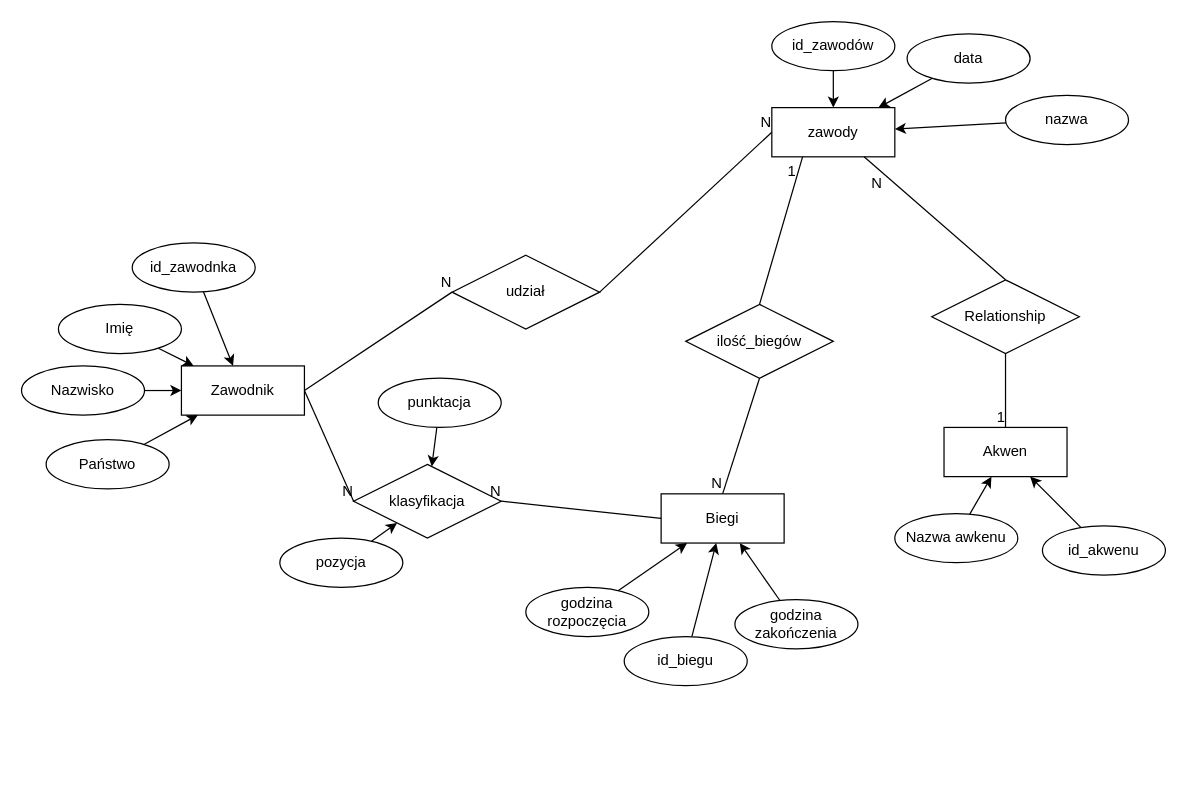
Before: FINN_PS.drawio in finalkiwii/databases-umbrellas, a draw.io diagram. Source tidied: cells renumbered, new cells numbered last; positions are measured from the earlier drawing's top-left corner, leaving out a move shared by most shapes. Both pictures are drawn from the tidied source at 123%, with x=0, y=0 at pixel (21, 21).
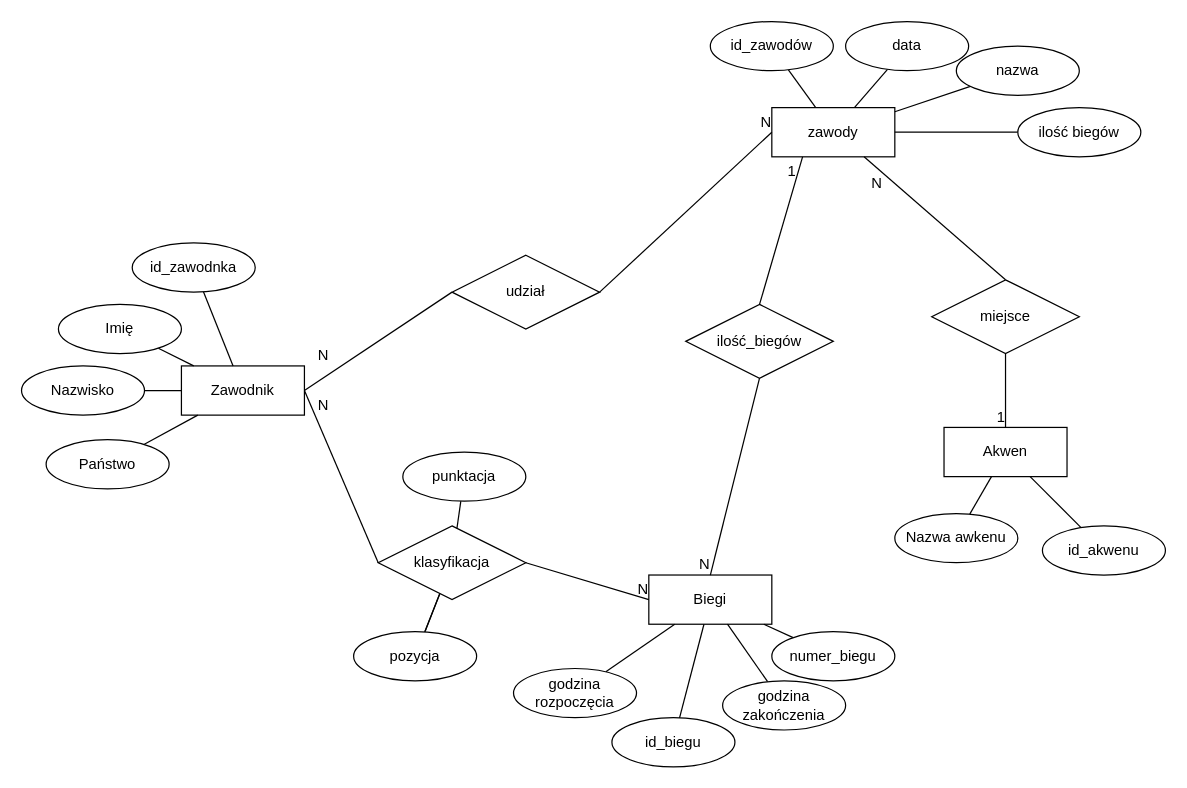
Above is the later version.

The change refers to these unchanged cells:
```xml
<mxCell id="2" value="Zawodnik" style="whiteSpace=wrap;html=1;align=center;" parent="1" vertex="1">
  <mxGeometry x="130" y="280" width="100" height="40" as="geometry" />
</mxCell>
<mxCell id="4" value="zawody" style="whiteSpace=wrap;html=1;align=center;" parent="1" vertex="1">
  <mxGeometry x="610" y="70" width="100" height="40" as="geometry" />
</mxCell>
<mxCell id="5" value="Akwen" style="whiteSpace=wrap;html=1;align=center;" parent="1" vertex="1">
  <mxGeometry x="750" y="330" width="100" height="40" as="geometry" />
</mxCell>
<mxCell id="7" value="Imię" style="ellipse;whiteSpace=wrap;html=1;align=center;" parent="1" vertex="1">
  <mxGeometry x="30" y="230" width="100" height="40" as="geometry" />
</mxCell>
<mxCell id="9" value="Nazwisko" style="ellipse;whiteSpace=wrap;html=1;align=center;" parent="1" vertex="1">
  <mxGeometry y="280" width="100" height="40" as="geometry" />
</mxCell>
<mxCell id="11" value="Państwo" style="ellipse;whiteSpace=wrap;html=1;align=center;" parent="1" vertex="1">
  <mxGeometry x="20" y="340" width="100" height="40" as="geometry" />
</mxCell>
<mxCell id="21" value="id_zawodnka" style="ellipse;whiteSpace=wrap;html=1;align=center;" parent="1" vertex="1">
  <mxGeometry x="90" y="180" width="100" height="40" as="geometry" />
</mxCell>
<mxCell id="23" value="id_akwenu" style="ellipse;whiteSpace=wrap;html=1;align=center;" parent="1" vertex="1">
  <mxGeometry x="830" y="410" width="100" height="40" as="geometry" />
</mxCell>
<mxCell id="25" value="Nazwa awkenu" style="ellipse;whiteSpace=wrap;html=1;align=center;" parent="1" vertex="1">
  <mxGeometry x="710" y="400" width="100" height="40" as="geometry" />
</mxCell>
<mxCell id="35" style="endArrow=none;html=1;rounded=0;exitX=1;exitY=0.5;exitDx=0;exitDy=0;entryX=0;entryY=0.5;entryDx=0;entryDy=0;" parent="1" edge="1" source="2" target="30">
  <mxGeometry relative="1" as="geometry" />
</mxCell>
<mxCell id="37" style="endArrow=none;html=1;rounded=0;exitX=0;exitY=0.5;exitDx=0;exitDy=0;entryX=1;entryY=0.5;entryDx=0;entryDy=0;" parent="1" edge="1" source="3" target="30">
  <mxGeometry relative="1" as="geometry" />
</mxCell>
<mxCell id="40" style="endArrow=none;html=1;rounded=0;exitX=1;exitY=0.5;exitDx=0;exitDy=0;entryX=0;entryY=0.5;entryDx=0;entryDy=0;" parent="1" edge="1" source="2" target="39">
  <mxGeometry relative="1" as="geometry" />
</mxCell>
```

What changed in the source:
```diff
@@
     <mxCell id="3" value="Biegi" style="whiteSpace=wrap;html=1;align=center;" parent="1" vertex="1">
-      <mxGeometry x="520" y="384" width="100" height="40" as="geometry" />
+      <mxGeometry x="510" y="450" width="100" height="40" as="geometry" />
     </mxCell>
@@
-    <mxCell id="6" style="rounded=0;jettySize=auto;html=1;" parent="1" edge="1" source="7" target="2">
+    <mxCell id="6" style="rounded=0;jettySize=auto;html=1;endArrow=none;endFill=0;" parent="1" edge="1" source="7" target="2">
       <mxGeometry relative="1" as="geometry" />
     </mxCell>
@@
-    <mxCell id="8" style="rounded=0;jettySize=auto;html=1;" parent="1" edge="1" source="9" target="2">
+    <mxCell id="8" style="rounded=0;jettySize=auto;html=1;endArrow=none;endFill=0;" parent="1" edge="1" source="9" target="2">
       <mxGeometry relative="1" as="geometry" />
     </mxCell>
@@
-    <mxCell id="10" style="edgeStyle=none;rounded=0;jettySize=auto;html=1;" parent="1" edge="1" source="11" target="2">
+    <mxCell id="10" style="edgeStyle=none;rounded=0;jettySize=auto;html=1;endArrow=none;endFill=0;" parent="1" edge="1" source="11" target="2">
       <mxGeometry relative="1" as="geometry" />
     </mxCell>
@@
-    <mxCell id="12" style="edgeStyle=none;rounded=0;jettySize=auto;html=1;" parent="1" edge="1" source="13" target="4">
+    <mxCell id="12" style="edgeStyle=none;rounded=0;jettySize=auto;html=1;endArrow=none;endFill=0;" parent="1" edge="1" source="13" target="4">
       <mxGeometry relative="1" as="geometry" />
     </mxCell>
     <mxCell id="13" value="id_zawodów" style="ellipse;whiteSpace=wrap;html=1;align=center;" parent="1" vertex="1">
-      <mxGeometry x="610" width="100" height="40" as="geometry" />
+      <mxGeometry x="560" width="100" height="40" as="geometry" />
     </mxCell>
-    <mxCell id="14" style="edgeStyle=none;rounded=0;jettySize=auto;html=1;" parent="1" edge="1" source="15" target="4">
+    <mxCell id="14" style="edgeStyle=none;rounded=0;jettySize=auto;html=1;endArrow=none;endFill=0;" parent="1" edge="1" source="15" target="4">
       <mxGeometry relative="1" as="geometry" />
     </mxCell>
     <mxCell id="15" value="nazwa" style="ellipse;whiteSpace=wrap;html=1;align=center;" parent="1" vertex="1">
-      <mxGeometry x="800" y="60" width="100" height="40" as="geometry" />
+      <mxGeometry x="760" y="20" width="100" height="40" as="geometry" />
     </mxCell>
-    <mxCell id="16" style="edgeStyle=none;rounded=0;jettySize=auto;html=1;" parent="1" edge="1" source="17" target="4">
+    <mxCell id="16" style="edgeStyle=none;rounded=0;jettySize=auto;html=1;endArrow=none;endFill=0;" parent="1" edge="1" source="17" target="4">
       <mxGeometry relative="1" as="geometry" />
     </mxCell>
     <mxCell id="17" value="data" style="ellipse;whiteSpace=wrap;html=1;align=center;" parent="1" vertex="1">
-      <mxGeometry x="720" y="10" width="100" height="40" as="geometry" />
+      <mxGeometry x="670" width="100" height="40" as="geometry" />
     </mxCell>
-    <mxCell id="18" style="edgeStyle=none;rounded=0;jettySize=auto;html=1;" parent="1" edge="1" source="19" target="3">
+    <mxCell id="18" style="edgeStyle=none;rounded=0;jettySize=auto;html=1;endArrow=none;endFill=0;" parent="1" edge="1" source="19" target="3">
       <mxGeometry relative="1" as="geometry" />
     </mxCell>
     <mxCell id="19" value="id_biegu" style="ellipse;whiteSpace=wrap;html=1;align=center;" parent="1" vertex="1">
-      <mxGeometry x="490" y="500" width="100" height="40" as="geometry" />
+      <mxGeometry x="480" y="566" width="100" height="40" as="geometry" />
     </mxCell>
-    <mxCell id="20" style="edgeStyle=none;rounded=0;jettySize=auto;html=1;" parent="1" edge="1" source="21" target="2">
+    <mxCell id="20" style="edgeStyle=none;rounded=0;jettySize=auto;html=1;endArrow=none;endFill=0;" parent="1" edge="1" source="21" target="2">
       <mxGeometry relative="1" as="geometry" />
     </mxCell>
@@
-    <mxCell id="22" style="edgeStyle=none;rounded=0;jettySize=auto;html=1;" parent="1" edge="1" source="23" target="5">
+    <mxCell id="22" style="edgeStyle=none;rounded=0;jettySize=auto;html=1;endArrow=none;endFill=0;" parent="1" edge="1" source="23" target="5">
       <mxGeometry relative="1" as="geometry" />
     </mxCell>
@@
-    <mxCell id="24" style="edgeStyle=none;rounded=0;jettySize=auto;html=1;" parent="1" edge="1" source="25" target="5">
+    <mxCell id="24" style="edgeStyle=none;rounded=0;jettySize=auto;html=1;endArrow=none;endFill=0;" parent="1" edge="1" source="25" target="5">
       <mxGeometry relative="1" as="geometry" />
     </mxCell>
@@
-    <mxCell id="26" style="edgeStyle=none;rounded=0;jettySize=auto;html=1;" parent="1" edge="1" source="27" target="3">
+    <mxCell id="26" style="edgeStyle=none;rounded=0;jettySize=auto;html=1;endArrow=none;endFill=0;" parent="1" edge="1" source="27" target="3">
       <mxGeometry relative="1" as="geometry" />
     </mxCell>
     <mxCell id="27" value="godzina rozpoczęcia" style="ellipse;whiteSpace=wrap;html=1;align=center;" parent="1" vertex="1">
-      <mxGeometry x="410" y="460" width="100" height="40" as="geometry" />
+      <mxGeometry x="400" y="526" width="100" height="40" as="geometry" />
     </mxCell>
-    <mxCell id="28" style="edgeStyle=none;rounded=0;jettySize=auto;html=1;" parent="1" edge="1" source="29" target="3">
+    <mxCell id="28" style="edgeStyle=none;rounded=0;jettySize=auto;html=1;endArrow=none;endFill=0;" parent="1" edge="1" source="29" target="3">
       <mxGeometry relative="1" as="geometry" />
     </mxCell>
     <mxCell id="29" value="godzina&lt;br&gt;zakończenia" style="ellipse;whiteSpace=wrap;html=1;align=center;" parent="1" vertex="1">
-      <mxGeometry x="580" y="470" width="100" height="40" as="geometry" />
+      <mxGeometry x="570" y="536" width="100" height="40" as="geometry" />
     </mxCell>
+    <mxCell id="54" style="edgeStyle=none;rounded=0;jettySize=auto;html=1;endArrow=none;endFill=0;" parent="1" edge="1" source="30" target="32">
+      <mxGeometry relative="1" as="geometry" />
+    </mxCell>
     <mxCell id="30" value="klasyfikacja" style="shape=rhombus;perimeter=rhombusPerimeter;whiteSpace=wrap;html=1;align=center;" parent="1" vertex="1">
-      <mxGeometry x="270" y="360" width="120" height="60" as="geometry" />
+      <mxGeometry x="290" y="410" width="120" height="60" as="geometry" />
     </mxCell>
-    <mxCell id="31" style="edgeStyle=none;rounded=0;jettySize=auto;html=1;" parent="1" edge="1" source="32" target="30">
+    <mxCell id="31" style="edgeStyle=none;rounded=0;jettySize=auto;html=1;endArrow=none;endFill=0;" parent="1" edge="1" source="32" target="30">
       <mxGeometry relative="1" as="geometry" />
     </mxCell>
     <mxCell id="32" value="pozycja" style="ellipse;whiteSpace=wrap;html=1;align=center;" parent="1" vertex="1">
-      <mxGeometry x="210" y="420" width="100" height="40" as="geometry" />
+      <mxGeometry x="270" y="496" width="100" height="40" as="geometry" />
     </mxCell>
-    <mxCell id="33" style="edgeStyle=none;rounded=0;jettySize=auto;html=1;" parent="1" edge="1" source="34" target="30">
+    <mxCell id="33" style="edgeStyle=none;rounded=0;jettySize=auto;html=1;endArrow=none;endFill=0;" parent="1" edge="1" source="34" target="30">
       <mxGeometry relative="1" as="geometry" />
     </mxCell>
     <mxCell id="34" value="punktacja" style="ellipse;whiteSpace=wrap;html=1;align=center;" parent="1" vertex="1">
-      <mxGeometry x="290" y="290" width="100" height="40" as="geometry" />
+      <mxGeometry x="310" y="350" width="100" height="40" as="geometry" />
     </mxCell>
@@
     <mxCell id="36" value="N" style="html=1;align=right;verticalAlign=bottom;" parent="35" vertex="1">
-      <mxGeometry x="1" relative="1" as="geometry" />
+      <mxGeometry x="1" relative="1" as="geometry">
+        <mxPoint x="-39.9" y="-119.7" as="offset" />
+      </mxGeometry>
     </mxCell>
@@
     <mxCell id="38" value="N" style="html=1;align=right;verticalAlign=bottom;" parent="37" vertex="1">
-      <mxGeometry x="1" relative="1" as="geometry" />
+      <mxGeometry x="1" relative="1" as="geometry">
+        <mxPoint x="100" y="30" as="offset" />
+      </mxGeometry>
     </mxCell>
@@
     <mxCell id="41" value="N" style="html=1;align=right;verticalAlign=bottom;" parent="40" vertex="1">
-      <mxGeometry x="1" relative="1" as="geometry" />
+      <mxGeometry x="1" relative="1" as="geometry">
+        <mxPoint x="-99.8" y="59.9" as="offset" />
+      </mxGeometry>
     </mxCell>
@@
-    <mxCell id="44" value="Relationship" style="shape=rhombus;perimeter=rhombusPerimeter;whiteSpace=wrap;html=1;align=center;" parent="1" vertex="1">
+    <mxCell id="44" value="miejsce" style="shape=rhombus;perimeter=rhombusPerimeter;whiteSpace=wrap;html=1;align=center;" parent="1" vertex="1">
       <mxGeometry x="740" y="210" width="120" height="60" as="geometry" />
     </mxCell>
@@
+    <mxCell id="55" style="edgeStyle=none;rounded=0;jettySize=auto;html=1;endArrow=none;endFill=0;" parent="1" edge="1" source="56" target="3">
+      <mxGeometry relative="1" as="geometry" />
+    </mxCell>
+    <mxCell id="56" value="numer_biegu" style="ellipse;whiteSpace=wrap;html=1;align=center;" parent="1" vertex="1">
+      <mxGeometry x="610" y="496" width="100" height="40" as="geometry" />
+    </mxCell>
+    <mxCell id="57" style="edgeStyle=none;rounded=0;jettySize=auto;html=1;endArrow=none;endFill=0;entryX=1;entryY=0.5;entryDx=0;entryDy=0;" parent="1" edge="1" source="58" target="4">
+      <mxGeometry relative="1" as="geometry" />
+    </mxCell>
+    <mxCell id="58" value="ilość biegów" style="ellipse;whiteSpace=wrap;html=1;align=center;" parent="1" vertex="1">
+      <mxGeometry x="810" y="70" width="100" height="40" as="geometry" />
+    </mxCell>
```
